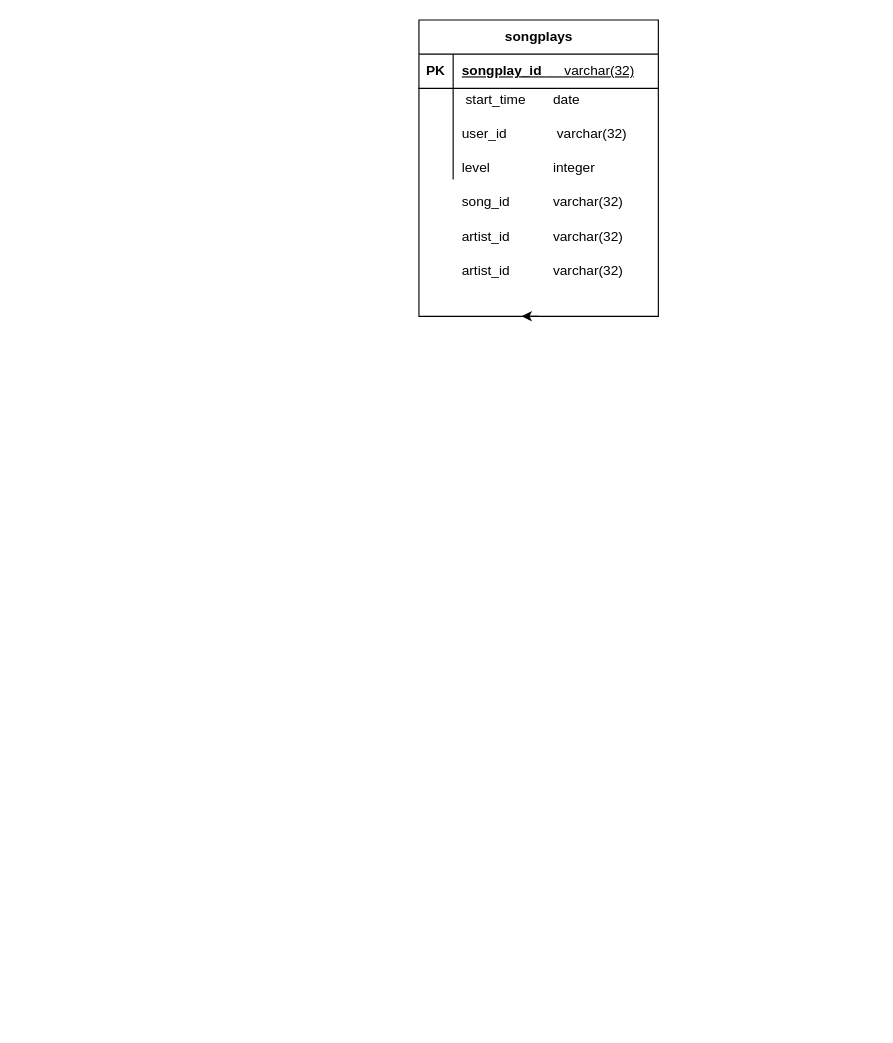
Earlier version of the draw.io diagram schema.drawio (julia189/udacity-dwh-project). Source tidied: cells renumbered, new cells numbered last; positions are measured from the earlier drawing's top-left corner, leaving out a move shared by most shapes. Both pictures are drawn from the tidied source at 114%, with x=0, y=0 at pixel (418, 19).
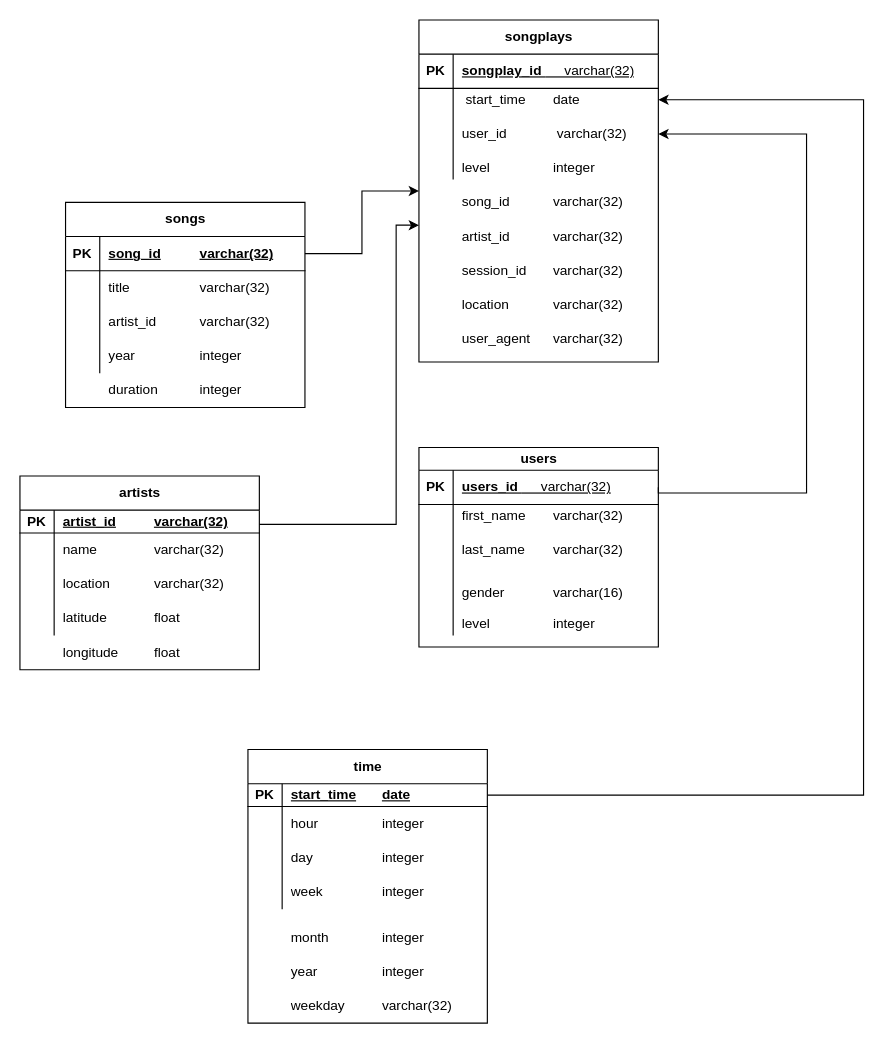
The same page after the edit.

Unchanged cells that the change refers to:
```xml
<mxCell id="7" style="shape=tableRow;horizontal=0;startSize=0;swimlaneHead=0;swimlaneBody=0;fillColor=none;points=[[0,0.5],[1,0.5]];portConstraint=eastwest;top=0;left=0;right=0;bottom=0;" parent="3" vertex="1">
  <mxGeometry y="60" width="210" height="20" as="geometry" />
</mxCell>
<mxCell id="10" style="shape=tableRow;horizontal=0;startSize=0;swimlaneHead=0;swimlaneBody=0;fillColor=none;points=[[0,0.5],[1,0.5]];portConstraint=eastwest;top=0;left=0;right=0;bottom=0;" parent="3" vertex="1">
  <mxGeometry y="80" width="210" height="40" as="geometry" />
</mxCell>
```

Change to the diagram source:
```diff
@@
-    <mxCell id="2" style="edgeStyle=orthogonalEdgeStyle;rounded=0;jettySize=auto;html=1;exitX=0.5;exitY=1;exitDx=0;exitDy=0;" parent="1" edge="1" source="3">
-      <mxGeometry relative="1" as="geometry">
-        <mxPoint x="90" y="260" as="targetPoint" />
-      </mxGeometry>
-    </mxCell>
     <mxCell id="3" value="songplays" style="shape=table;startSize=30;childLayout=tableLayout;rowLines=0;fontStyle=1;align=center;html=1;" parent="1" vertex="1">
-      <mxGeometry width="210" height="260" as="geometry" />
+      <mxGeometry width="210" height="300" as="geometry" />
     </mxCell>
@@
-    <mxCell id="18" value="artist_id&amp;nbsp;&lt;span style=&quot;white-space: pre;&quot;&gt;&#9;&lt;/span&gt;&lt;span style=&quot;white-space: pre;&quot;&gt;&#9;&lt;/span&gt;varchar(32)&amp;nbsp;&lt;span style=&quot;white-space: pre;&quot;&gt;&#9;&lt;/span&gt;" style="shape=partialRectangle;fillColor=none;top=0;left=0;bottom=0;right=0;align=left;spacingLeft=6;overflow=hidden;whiteSpace=wrap;html=1;" parent="1" vertex="1">
+    <mxCell id="18" value="session_id&amp;nbsp;&lt;span style=&quot;white-space: pre;&quot;&gt;&#9;&lt;/span&gt;varchar(32)&amp;nbsp;&lt;span style=&quot;white-space: pre;&quot;&gt;&#9;&lt;/span&gt;" style="shape=partialRectangle;fillColor=none;top=0;left=0;bottom=0;right=0;align=left;spacingLeft=6;overflow=hidden;whiteSpace=wrap;html=1;" parent="1" vertex="1">
       <mxGeometry x="30" y="210" width="150" height="20" as="geometry" />
     </mxCell>
+    <mxCell id="19" value="location&amp;nbsp;&lt;span style=&quot;white-space: pre;&quot;&gt;&#9;&lt;/span&gt;&lt;span style=&quot;white-space: pre;&quot;&gt;&#9;&lt;/span&gt;varchar(32)&amp;nbsp;&lt;span style=&quot;white-space: pre;&quot;&gt;&#9;&lt;/span&gt;" style="shape=partialRectangle;fillColor=none;top=0;left=0;bottom=0;right=0;align=left;spacingLeft=6;overflow=hidden;whiteSpace=wrap;html=1;" parent="1" vertex="1">
+      <mxGeometry x="30" y="240" width="150" height="20" as="geometry" />
+    </mxCell>
+    <mxCell id="20" value="user_agent&amp;nbsp;&lt;span style=&quot;white-space: pre;&quot;&gt;&#9;&lt;/span&gt;varchar(32)&amp;nbsp;&lt;span style=&quot;white-space: pre;&quot;&gt;&#9;&lt;/span&gt;" style="shape=partialRectangle;fillColor=none;top=0;left=0;bottom=0;right=0;align=left;spacingLeft=6;overflow=hidden;whiteSpace=wrap;html=1;" parent="1" vertex="1">
+      <mxGeometry x="30" y="270" width="150" height="20" as="geometry" />
+    </mxCell>
+    <mxCell id="21" value="users" style="shape=table;startSize=20;childLayout=tableLayout;rowLines=0;fontStyle=1;align=center;html=1;" parent="1" vertex="1">
+      <mxGeometry y="375" width="210" height="175" as="geometry" />
+    </mxCell>
+    <mxCell id="22" style="shape=tableRow;horizontal=0;startSize=0;swimlaneHead=0;swimlaneBody=0;fillColor=none;points=[[0,0.5],[1,0.5]];portConstraint=eastwest;top=0;left=0;right=0;bottom=1;" parent="21" vertex="1">
+      <mxGeometry y="20" width="210" height="30" as="geometry" />
+    </mxCell>
+    <mxCell id="23" value="PK" style="shape=partialRectangle;fillColor=none;top=0;left=0;bottom=0;right=0;fontStyle=1;overflow=hidden;whiteSpace=wrap;html=1;" parent="22" vertex="1">
+      <mxGeometry width="30" height="30" as="geometry" />
+    </mxCell>
+    <mxCell id="24" value="users_id&amp;nbsp;&lt;span style=&quot;font-weight: normal;&quot;&gt; &amp;nbsp; &amp;nbsp; varchar(32)&lt;/span&gt;" style="shape=partialRectangle;fillColor=none;top=0;left=0;bottom=0;right=0;align=left;spacingLeft=6;fontStyle=5;overflow=hidden;whiteSpace=wrap;html=1;" parent="22" vertex="1">
+      <mxGeometry x="30" width="180" height="30" as="geometry" />
+    </mxCell>
+    <mxCell id="25" style="shape=tableRow;horizontal=0;startSize=0;swimlaneHead=0;swimlaneBody=0;fillColor=none;top=0;left=0;right=0;bottom=0;" parent="21" vertex="1">
+      <mxGeometry y="50" width="210" height="20" as="geometry" />
+    </mxCell>
+    <mxCell id="26" style="shape=partialRectangle;fillColor=none;top=0;left=0;bottom=0;right=0;overflow=hidden;whiteSpace=wrap;html=1;" parent="25" vertex="1">
+      <mxGeometry width="30" height="20" as="geometry" />
+    </mxCell>
+    <mxCell id="27" value="first_name&amp;nbsp;&lt;span style=&quot;white-space: pre;&quot;&gt;&#9;&lt;/span&gt;varchar(32)" style="shape=partialRectangle;fillColor=none;top=0;left=0;bottom=0;right=0;align=left;spacingLeft=6;overflow=hidden;whiteSpace=wrap;html=1;" parent="25" vertex="1">
+      <mxGeometry x="30" width="180" height="20" as="geometry" />
+    </mxCell>
+    <mxCell id="28" style="shape=tableRow;horizontal=0;startSize=0;swimlaneHead=0;swimlaneBody=0;fillColor=none;top=0;left=0;right=0;bottom=0;" parent="21" vertex="1">
+      <mxGeometry y="70" width="210" height="40" as="geometry" />
+    </mxCell>
+    <mxCell id="29" style="shape=partialRectangle;fillColor=none;top=0;left=0;bottom=0;right=0;overflow=hidden;whiteSpace=wrap;html=1;" parent="28" vertex="1">
+      <mxGeometry width="30" height="40" as="geometry" />
+    </mxCell>
+    <mxCell id="30" value="last_name&amp;nbsp;&lt;span style=&quot;white-space: pre;&quot;&gt;&#9;&lt;/span&gt;varchar(32)&lt;span style=&quot;white-space: pre;&quot;&gt;&#9;&lt;/span&gt;" style="shape=partialRectangle;fillColor=none;top=0;left=0;bottom=0;right=0;align=left;spacingLeft=6;overflow=hidden;whiteSpace=wrap;html=1;" parent="28" vertex="1">
+      <mxGeometry x="30" width="180" height="40" as="geometry" />
+    </mxCell>
+    <mxCell id="31" style="shape=tableRow;horizontal=0;startSize=0;swimlaneHead=0;swimlaneBody=0;fillColor=none;top=0;left=0;right=0;bottom=0;" parent="21" vertex="1">
+      <mxGeometry y="110" width="210" height="35" as="geometry" />
+    </mxCell>
+    <mxCell id="32" style="shape=partialRectangle;fillColor=none;top=0;left=0;bottom=0;right=0;overflow=hidden;whiteSpace=wrap;html=1;" parent="31" vertex="1">
+      <mxGeometry width="30" height="35" as="geometry" />
+    </mxCell>
+    <mxCell id="33" value="gender&lt;span style=&quot;white-space: pre;&quot;&gt;&#9;&lt;/span&gt;&lt;span style=&quot;white-space: pre;&quot;&gt;&#9;&lt;/span&gt;varchar(16)" style="shape=partialRectangle;fillColor=none;top=0;left=0;bottom=0;right=0;align=left;spacingLeft=6;overflow=hidden;whiteSpace=wrap;html=1;" parent="31" vertex="1">
+      <mxGeometry x="30" width="180" height="35" as="geometry" />
+    </mxCell>
+    <mxCell id="34" style="shape=tableRow;horizontal=0;startSize=0;swimlaneHead=0;swimlaneBody=0;fillColor=none;top=0;left=0;right=0;bottom=0;" parent="21" vertex="1">
+      <mxGeometry y="145" width="210" height="20" as="geometry" />
+    </mxCell>
+    <mxCell id="35" style="shape=partialRectangle;fillColor=none;top=0;left=0;bottom=0;right=0;overflow=hidden;whiteSpace=wrap;html=1;" parent="34" vertex="1">
+      <mxGeometry width="30" height="20" as="geometry" />
+    </mxCell>
+    <mxCell id="36" value="level&lt;span style=&quot;white-space: pre;&quot;&gt;&#9;&lt;/span&gt;&lt;span style=&quot;white-space: pre;&quot;&gt;&#9;&lt;/span&gt;&lt;span style=&quot;white-space: pre;&quot;&gt;&#9;&lt;/span&gt;integer" style="shape=partialRectangle;fillColor=none;top=0;left=0;bottom=0;right=0;align=left;spacingLeft=6;overflow=hidden;whiteSpace=wrap;html=1;" parent="34" vertex="1">
+      <mxGeometry x="30" width="180" height="20" as="geometry" />
+    </mxCell>
+    <mxCell id="37" style="edgeStyle=orthogonalEdgeStyle;rounded=0;jettySize=auto;html=1;exitX=1;exitY=0.5;exitDx=0;exitDy=0;entryX=1;entryY=0.5;entryDx=0;entryDy=0;" parent="1" edge="1" source="22" target="10">
+      <mxGeometry relative="1" as="geometry">
+        <Array as="points">
+          <mxPoint x="340" y="415" />
+          <mxPoint x="340" y="100" />
+        </Array>
+      </mxGeometry>
+    </mxCell>
+    <mxCell id="38" value="songs" style="shape=table;startSize=30;childLayout=tableLayout;rowLines=0;fontStyle=1;align=center;html=1;" parent="1" vertex="1">
+      <mxGeometry x="-310" y="160" width="210" height="180" as="geometry" />
+    </mxCell>
+    <mxCell id="39" style="shape=tableRow;horizontal=0;startSize=0;swimlaneHead=0;swimlaneBody=0;fillColor=none;points=[[0,0.5],[1,0.5]];portConstraint=eastwest;top=0;left=0;right=0;bottom=1;" parent="38" vertex="1">
+      <mxGeometry y="30" width="210" height="30" as="geometry" />
+    </mxCell>
+    <mxCell id="40" value="PK" style="shape=partialRectangle;fillColor=none;top=0;left=0;bottom=0;right=0;fontStyle=1;overflow=hidden;whiteSpace=wrap;html=1;" parent="39" vertex="1">
+      <mxGeometry width="30" height="30" as="geometry" />
+    </mxCell>
+    <mxCell id="41" value="song_id&lt;span style=&quot;white-space: pre;&quot;&gt;&#9;&lt;span style=&quot;white-space: pre;&quot;&gt;&#9;&lt;/span&gt;varchar(32)&lt;/span&gt;" style="shape=partialRectangle;fillColor=none;top=0;left=0;bottom=0;right=0;align=left;spacingLeft=6;fontStyle=5;overflow=hidden;whiteSpace=wrap;html=1;" parent="39" vertex="1">
+      <mxGeometry x="30" width="180" height="30" as="geometry" />
+    </mxCell>
+    <mxCell id="42" style="shape=tableRow;horizontal=0;startSize=0;swimlaneHead=0;swimlaneBody=0;fillColor=none;top=0;left=0;right=0;bottom=0;" parent="38" vertex="1">
+      <mxGeometry y="60" width="210" height="30" as="geometry" />
+    </mxCell>
+    <mxCell id="43" style="shape=partialRectangle;fillColor=none;top=0;left=0;bottom=0;right=0;overflow=hidden;whiteSpace=wrap;html=1;" parent="42" vertex="1">
+      <mxGeometry width="30" height="30" as="geometry" />
+    </mxCell>
+    <mxCell id="44" value="title&lt;span style=&quot;white-space: pre;&quot;&gt;&#9;&lt;/span&gt;&lt;span style=&quot;white-space: pre;&quot;&gt;&#9;&lt;/span&gt;&lt;span style=&quot;white-space: pre;&quot;&gt;&#9;&lt;/span&gt;varchar(32)" style="shape=partialRectangle;fillColor=none;top=0;left=0;bottom=0;right=0;align=left;spacingLeft=6;overflow=hidden;whiteSpace=wrap;html=1;" parent="42" vertex="1">
+      <mxGeometry x="30" width="180" height="30" as="geometry" />
+    </mxCell>
+    <mxCell id="45" style="shape=tableRow;horizontal=0;startSize=0;swimlaneHead=0;swimlaneBody=0;fillColor=none;top=0;left=0;right=0;bottom=0;" parent="38" vertex="1">
+      <mxGeometry y="90" width="210" height="30" as="geometry" />
+    </mxCell>
+    <mxCell id="46" style="shape=partialRectangle;fillColor=none;top=0;left=0;bottom=0;right=0;overflow=hidden;whiteSpace=wrap;html=1;" parent="45" vertex="1">
+      <mxGeometry width="30" height="30" as="geometry" />
+    </mxCell>
+    <mxCell id="47" value="artist_id&lt;span style=&quot;white-space: pre;&quot;&gt;&#9;&lt;/span&gt;&lt;span style=&quot;white-space: pre;&quot;&gt;&#9;&lt;/span&gt;varchar(32)&lt;span style=&quot;white-space: pre;&quot;&gt;&#9;&lt;/span&gt;" style="shape=partialRectangle;fillColor=none;top=0;left=0;bottom=0;right=0;align=left;spacingLeft=6;overflow=hidden;whiteSpace=wrap;html=1;" parent="45" vertex="1">
+      <mxGeometry x="30" width="180" height="30" as="geometry" />
+    </mxCell>
+    <mxCell id="48" style="shape=tableRow;horizontal=0;startSize=0;swimlaneHead=0;swimlaneBody=0;fillColor=none;top=0;left=0;right=0;bottom=0;" parent="38" vertex="1">
+      <mxGeometry y="120" width="210" height="30" as="geometry" />
+    </mxCell>
+    <mxCell id="49" style="shape=partialRectangle;fillColor=none;top=0;left=0;bottom=0;right=0;overflow=hidden;whiteSpace=wrap;html=1;" parent="48" vertex="1">
+      <mxGeometry width="30" height="30" as="geometry" />
+    </mxCell>
+    <mxCell id="50" value="year&lt;span style=&quot;white-space: pre;&quot;&gt;&#9;&lt;/span&gt;&lt;span style=&quot;white-space: pre;&quot;&gt;&#9;&lt;/span&gt;&lt;span style=&quot;white-space: pre;&quot;&gt;&#9;&lt;/span&gt;integer" style="shape=partialRectangle;fillColor=none;top=0;left=0;bottom=0;right=0;align=left;spacingLeft=6;overflow=hidden;whiteSpace=wrap;html=1;" parent="48" vertex="1">
+      <mxGeometry x="30" width="180" height="30" as="geometry" />
+    </mxCell>
+    <mxCell id="51" value="duration&lt;span style=&quot;white-space: pre;&quot;&gt;&#9;&lt;/span&gt;&lt;span style=&quot;white-space: pre;&quot;&gt;&#9;&lt;/span&gt;integer" style="shape=partialRectangle;fillColor=none;top=0;left=0;bottom=0;right=0;align=left;spacingLeft=6;overflow=hidden;whiteSpace=wrap;html=1;" parent="1" vertex="1">
+      <mxGeometry x="-280" y="310" width="180" height="30" as="geometry" />
+    </mxCell>
+    <mxCell id="52" style="edgeStyle=orthogonalEdgeStyle;rounded=0;jettySize=auto;html=1;entryX=0;entryY=0.5;entryDx=0;entryDy=0;" parent="1" edge="1" source="39" target="3">
+      <mxGeometry relative="1" as="geometry" />
+    </mxCell>
+    <mxCell id="53" style="edgeStyle=orthogonalEdgeStyle;rounded=0;jettySize=auto;html=1;exitX=1;exitY=0.25;exitDx=0;exitDy=0;" parent="1" edge="1" source="54">
+      <mxGeometry relative="1" as="geometry">
+        <mxPoint y="180" as="targetPoint" />
+        <Array as="points">
+          <mxPoint x="-20" y="443" />
+          <mxPoint x="-20" y="180" />
+        </Array>
+      </mxGeometry>
+    </mxCell>
+    <mxCell id="54" value="artists" style="shape=table;startSize=30;childLayout=tableLayout;rowLines=0;fontStyle=1;align=center;html=1;" parent="1" vertex="1">
+      <mxGeometry x="-350" y="400" width="210" height="170" as="geometry" />
+    </mxCell>
+    <mxCell id="55" style="shape=tableRow;horizontal=0;startSize=0;swimlaneHead=0;swimlaneBody=0;fillColor=none;top=0;left=0;right=0;bottom=1;" parent="54" vertex="1">
+      <mxGeometry y="30" width="210" height="20" as="geometry" />
+    </mxCell>
+    <mxCell id="56" value="PK" style="shape=partialRectangle;fillColor=none;top=0;left=0;bottom=0;right=0;fontStyle=1;overflow=hidden;whiteSpace=wrap;html=1;" parent="55" vertex="1">
+      <mxGeometry width="30" height="20" as="geometry" />
+    </mxCell>
+    <mxCell id="57" value="artist_id&lt;span style=&quot;white-space: pre;&quot;&gt;&#9;&lt;/span&gt;&lt;span style=&quot;white-space: pre;&quot;&gt;&#9;&lt;/span&gt;varchar(32)" style="shape=partialRectangle;fillColor=none;top=0;left=0;bottom=0;right=0;align=left;spacingLeft=6;fontStyle=5;overflow=hidden;whiteSpace=wrap;html=1;" parent="55" vertex="1">
+      <mxGeometry x="30" width="180" height="20" as="geometry" />
+    </mxCell>
+    <mxCell id="58" style="shape=tableRow;horizontal=0;startSize=0;swimlaneHead=0;swimlaneBody=0;fillColor=none;top=0;left=0;right=0;bottom=0;" parent="54" vertex="1">
+      <mxGeometry y="50" width="210" height="30" as="geometry" />
+    </mxCell>
+    <mxCell id="59" style="shape=partialRectangle;fillColor=none;top=0;left=0;bottom=0;right=0;overflow=hidden;whiteSpace=wrap;html=1;" parent="58" vertex="1">
+      <mxGeometry width="30" height="30" as="geometry" />
+    </mxCell>
+    <mxCell id="60" value="name&lt;span style=&quot;white-space: pre;&quot;&gt;&#9;&lt;/span&gt;&lt;span style=&quot;white-space: pre;&quot;&gt;&#9;&lt;/span&gt;varchar(32)" style="shape=partialRectangle;fillColor=none;top=0;left=0;bottom=0;right=0;align=left;spacingLeft=6;overflow=hidden;whiteSpace=wrap;html=1;" parent="58" vertex="1">
+      <mxGeometry x="30" width="180" height="30" as="geometry" />
+    </mxCell>
+    <mxCell id="61" style="shape=tableRow;horizontal=0;startSize=0;swimlaneHead=0;swimlaneBody=0;fillColor=none;top=0;left=0;right=0;bottom=0;" parent="54" vertex="1">
+      <mxGeometry y="80" width="210" height="30" as="geometry" />
+    </mxCell>
+    <mxCell id="62" style="shape=partialRectangle;fillColor=none;top=0;left=0;bottom=0;right=0;overflow=hidden;whiteSpace=wrap;html=1;" parent="61" vertex="1">
+      <mxGeometry width="30" height="30" as="geometry" />
+    </mxCell>
+    <mxCell id="63" value="location&lt;span style=&quot;white-space: pre;&quot;&gt;&#9;&lt;/span&gt;&lt;span style=&quot;white-space: pre;&quot;&gt;&#9;&lt;/span&gt;varchar(32)&lt;span style=&quot;white-space: pre;&quot;&gt;&#9;&lt;/span&gt;" style="shape=partialRectangle;fillColor=none;top=0;left=0;bottom=0;right=0;align=left;spacingLeft=6;overflow=hidden;whiteSpace=wrap;html=1;" parent="61" vertex="1">
+      <mxGeometry x="30" width="180" height="30" as="geometry" />
+    </mxCell>
+    <mxCell id="64" style="shape=tableRow;horizontal=0;startSize=0;swimlaneHead=0;swimlaneBody=0;fillColor=none;top=0;left=0;right=0;bottom=0;" parent="54" vertex="1">
+      <mxGeometry y="110" width="210" height="30" as="geometry" />
+    </mxCell>
+    <mxCell id="65" style="shape=partialRectangle;fillColor=none;top=0;left=0;bottom=0;right=0;overflow=hidden;whiteSpace=wrap;html=1;" parent="64" vertex="1">
+      <mxGeometry width="30" height="30" as="geometry" />
+    </mxCell>
+    <mxCell id="66" value="latitude&lt;span style=&quot;white-space: pre;&quot;&gt;&#9;&lt;/span&gt;&lt;span style=&quot;white-space: pre;&quot;&gt;&#9;&lt;/span&gt;float&lt;span style=&quot;white-space: pre;&quot;&gt;&#9;&lt;/span&gt;" style="shape=partialRectangle;fillColor=none;top=0;left=0;bottom=0;right=0;align=left;spacingLeft=6;overflow=hidden;whiteSpace=wrap;html=1;" parent="64" vertex="1">
+      <mxGeometry x="30" width="180" height="30" as="geometry" />
+    </mxCell>
+    <mxCell id="67" value="longitude&lt;span style=&quot;white-space: pre;&quot;&gt;&#9;&lt;/span&gt;&lt;span style=&quot;white-space: pre;&quot;&gt;&#9;&lt;/span&gt;float" style="shape=partialRectangle;fillColor=none;top=0;left=0;bottom=0;right=0;align=left;spacingLeft=6;overflow=hidden;whiteSpace=wrap;html=1;" parent="1" vertex="1">
+      <mxGeometry x="-320" y="540" width="180" height="30" as="geometry" />
+    </mxCell>
+    <mxCell id="68" value="time" style="shape=table;startSize=30;childLayout=tableLayout;rowLines=0;fontStyle=1;align=center;html=1;" parent="1" vertex="1">
+      <mxGeometry x="-150" y="640" width="210" height="240" as="geometry" />
+    </mxCell>
+    <mxCell id="69" style="shape=tableRow;horizontal=0;startSize=0;swimlaneHead=0;swimlaneBody=0;fillColor=none;points=[[0,0.5],[1,0.5]];portConstraint=eastwest;top=0;left=0;right=0;bottom=1;" parent="68" vertex="1">
+      <mxGeometry y="30" width="210" height="20" as="geometry" />
+    </mxCell>
+    <mxCell id="70" value="PK" style="shape=partialRectangle;fillColor=none;top=0;left=0;bottom=0;right=0;fontStyle=1;overflow=hidden;whiteSpace=wrap;html=1;" parent="69" vertex="1">
+      <mxGeometry width="30" height="20" as="geometry" />
+    </mxCell>
+    <mxCell id="71" value="start_time&lt;span style=&quot;white-space: pre;&quot;&gt;&#9;&lt;/span&gt;date" style="shape=partialRectangle;fillColor=none;top=0;left=0;bottom=0;right=0;align=left;spacingLeft=6;fontStyle=5;overflow=hidden;whiteSpace=wrap;html=1;" parent="69" vertex="1">
+      <mxGeometry x="30" width="180" height="20" as="geometry" />
+    </mxCell>
+    <mxCell id="72" style="shape=tableRow;horizontal=0;startSize=0;swimlaneHead=0;swimlaneBody=0;fillColor=none;top=0;left=0;right=0;bottom=0;" parent="68" vertex="1">
+      <mxGeometry y="50" width="210" height="30" as="geometry" />
+    </mxCell>
+    <mxCell id="73" style="shape=partialRectangle;fillColor=none;top=0;left=0;bottom=0;right=0;overflow=hidden;whiteSpace=wrap;html=1;" parent="72" vertex="1">
+      <mxGeometry width="30" height="30" as="geometry" />
+    </mxCell>
+    <mxCell id="74" value="hour&lt;span style=&quot;white-space: pre;&quot;&gt;&#9;&lt;/span&gt;&lt;span style=&quot;white-space: pre;&quot;&gt;&#9;&lt;/span&gt;&lt;span style=&quot;white-space: pre;&quot;&gt;&#9;&lt;/span&gt;integer" style="shape=partialRectangle;fillColor=none;top=0;left=0;bottom=0;right=0;align=left;spacingLeft=6;overflow=hidden;whiteSpace=wrap;html=1;" parent="72" vertex="1">
+      <mxGeometry x="30" width="180" height="30" as="geometry" />
+    </mxCell>
+    <mxCell id="75" style="shape=tableRow;horizontal=0;startSize=0;swimlaneHead=0;swimlaneBody=0;fillColor=none;top=0;left=0;right=0;bottom=0;" parent="68" vertex="1">
+      <mxGeometry y="80" width="210" height="30" as="geometry" />
+    </mxCell>
+    <mxCell id="76" style="shape=partialRectangle;fillColor=none;top=0;left=0;bottom=0;right=0;overflow=hidden;whiteSpace=wrap;html=1;" parent="75" vertex="1">
+      <mxGeometry width="30" height="30" as="geometry" />
+    </mxCell>
+    <mxCell id="77" value="day&lt;span style=&quot;white-space: pre;&quot;&gt;&#9;&lt;/span&gt;&lt;span style=&quot;white-space: pre;&quot;&gt;&#9;&lt;/span&gt;&lt;span style=&quot;white-space: pre;&quot;&gt;&#9;&lt;/span&gt;integer" style="shape=partialRectangle;fillColor=none;top=0;left=0;bottom=0;right=0;align=left;spacingLeft=6;overflow=hidden;whiteSpace=wrap;html=1;" parent="75" vertex="1">
+      <mxGeometry x="30" width="180" height="30" as="geometry" />
+    </mxCell>
+    <mxCell id="78" style="shape=tableRow;horizontal=0;startSize=0;swimlaneHead=0;swimlaneBody=0;fillColor=none;top=0;left=0;right=0;bottom=0;" parent="68" vertex="1">
+      <mxGeometry y="110" width="210" height="30" as="geometry" />
+    </mxCell>
+    <mxCell id="79" style="shape=partialRectangle;fillColor=none;top=0;left=0;bottom=0;right=0;overflow=hidden;whiteSpace=wrap;html=1;" parent="78" vertex="1">
+      <mxGeometry width="30" height="30" as="geometry" />
+    </mxCell>
+    <mxCell id="80" value="week&lt;span style=&quot;white-space: pre;&quot;&gt;&#9;&lt;/span&gt;&lt;span style=&quot;white-space: pre;&quot;&gt;&#9;&lt;/span&gt;integer&lt;span style=&quot;white-space: pre;&quot;&gt;&#9;&lt;/span&gt;" style="shape=partialRectangle;fillColor=none;top=0;left=0;bottom=0;right=0;align=left;spacingLeft=6;overflow=hidden;whiteSpace=wrap;html=1;" parent="78" vertex="1">
+      <mxGeometry x="30" width="180" height="30" as="geometry" />
+    </mxCell>
+    <mxCell id="81" value="month&lt;span style=&quot;white-space: pre;&quot;&gt;&#9;&lt;/span&gt;&lt;span style=&quot;white-space: pre;&quot;&gt;&#9;&lt;/span&gt;integer" style="shape=partialRectangle;fillColor=none;top=0;left=0;bottom=0;right=0;align=left;spacingLeft=6;overflow=hidden;whiteSpace=wrap;html=1;" parent="1" vertex="1">
+      <mxGeometry x="-120" y="790" width="180" height="30" as="geometry" />
+    </mxCell>
+    <mxCell id="82" value="year&lt;span style=&quot;white-space: pre;&quot;&gt;&#9;&lt;/span&gt;&lt;span style=&quot;white-space: pre;&quot;&gt;&#9;&lt;/span&gt;&lt;span style=&quot;white-space: pre;&quot;&gt;&#9;&lt;/span&gt;integer" style="shape=partialRectangle;fillColor=none;top=0;left=0;bottom=0;right=0;align=left;spacingLeft=6;overflow=hidden;whiteSpace=wrap;html=1;" parent="1" vertex="1">
+      <mxGeometry x="-120" y="820" width="180" height="30" as="geometry" />
+    </mxCell>
+    <mxCell id="83" value="weekday&lt;span style=&quot;white-space: pre;&quot;&gt;&#9;&lt;/span&gt;&lt;span style=&quot;white-space: pre;&quot;&gt;&#9;&lt;/span&gt;varchar(32)" style="shape=partialRectangle;fillColor=none;top=0;left=0;bottom=0;right=0;align=left;spacingLeft=6;overflow=hidden;whiteSpace=wrap;html=1;" parent="1" vertex="1">
+      <mxGeometry x="-120" y="850" width="180" height="30" as="geometry" />
+    </mxCell>
+    <mxCell id="84" style="edgeStyle=orthogonalEdgeStyle;rounded=0;jettySize=auto;html=1;exitX=1;exitY=0.5;exitDx=0;exitDy=0;entryX=1;entryY=0.5;entryDx=0;entryDy=0;" parent="1" edge="1" source="69" target="7">
+      <mxGeometry relative="1" as="geometry">
+        <Array as="points">
+          <mxPoint x="390" y="680" />
+          <mxPoint x="390" y="70" />
+        </Array>
+      </mxGeometry>
+    </mxCell>
```
